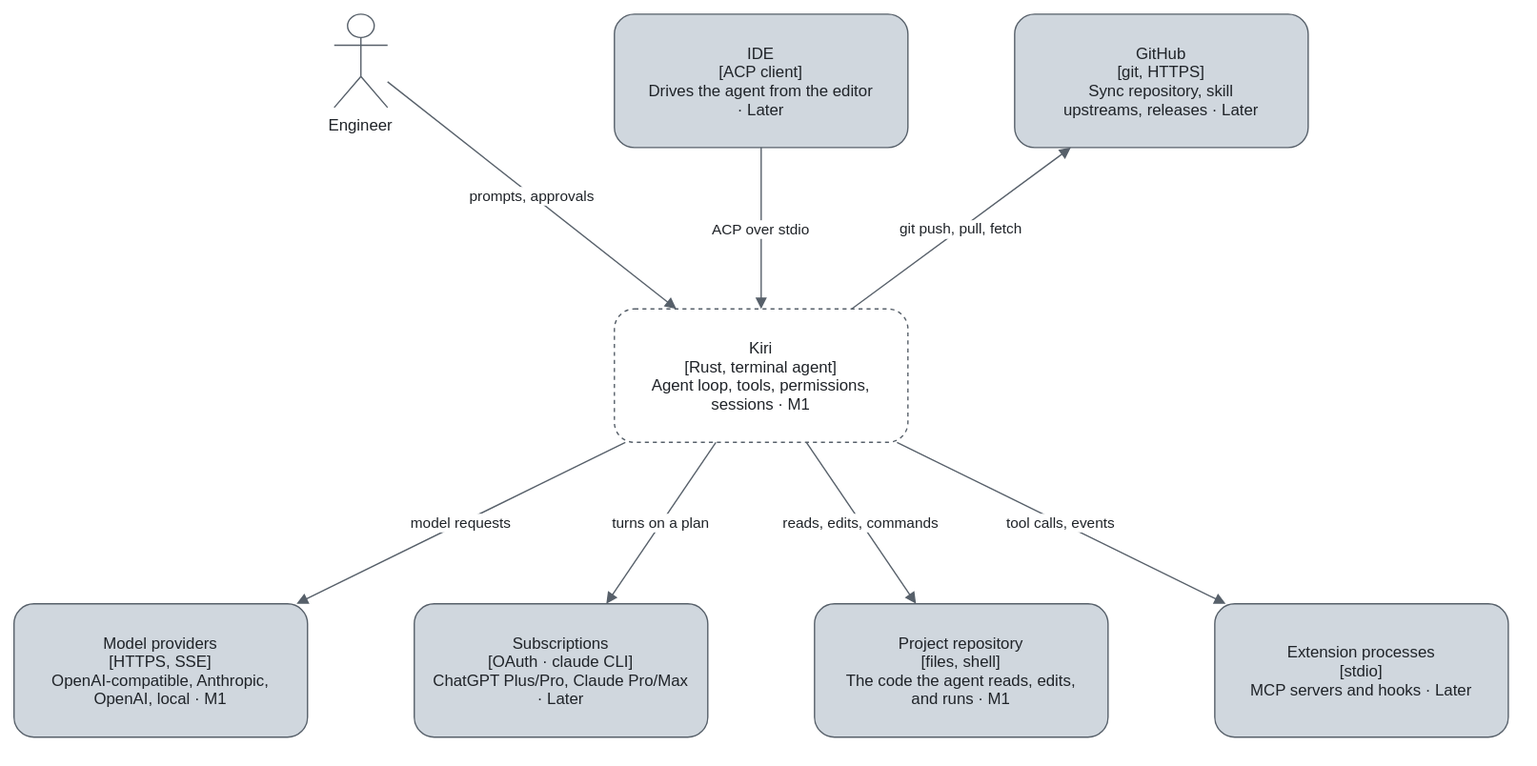
Before: docs/architecture/diagrams/context.drawio.svg, a diagram exported from draw.io (TheoOdawara/Kiri). Source tidied: cells renumbered, new cells last; positions are measured from the earlier drawing's top-left corner, leaving out a move shared by most shapes. The source it was exported from:
```xml
<mxGraphModel background="#ffffff">
  <root>
    <mxCell id="0" />
    <mxCell id="1" parent="0" />
    <mxCell id="2" value="Engineer" style="shape=umlActor;verticalLabelPosition=bottom;verticalAlign=top;html=0;strokeColor=#57606A;fontColor=#1F2328;" parent="1" vertex="1">
      <mxGeometry x="240" width="40" height="70" as="geometry" />
    </mxCell>
    <mxCell id="3" value="IDE&#10;[ACP client]&#10;Drives the agent from the editor&#10;· Later" style="rounded=1;html=0;fillColor=#D0D7DE;strokeColor=#57606A;fontColor=#1F2328;" parent="1" vertex="1">
      <mxGeometry x="450" width="220" height="100" as="geometry" />
    </mxCell>
    <mxCell id="4" value="Kiri&#10;[Rust, terminal agent]&#10;Agent loop, tools, permissions,&#10;sessions · M1" style="rounded=1;html=0;dashed=1;fillColor=#FFFFFF;strokeColor=#57606A;fontColor=#1F2328;" parent="1" vertex="1">
      <mxGeometry x="450" y="221" width="220" height="100" as="geometry" />
    </mxCell>
    <mxCell id="5" value="Model providers&#10;[HTTPS, SSE]&#10;OpenAI-compatible, Anthropic,&#10;OpenAI, local · M1" style="rounded=1;html=0;fillColor=#D0D7DE;strokeColor=#57606A;fontColor=#1F2328;" parent="1" vertex="1">
      <mxGeometry y="442" width="220" height="100" as="geometry" />
    </mxCell>
    <mxCell id="6" value="Subscriptions&#10;[OAuth · claude CLI]&#10;ChatGPT Plus/Pro, Claude Pro/Max&#10;· Later" style="rounded=1;html=0;fillColor=#D0D7DE;strokeColor=#57606A;fontColor=#1F2328;" parent="1" vertex="1">
      <mxGeometry x="300" y="442" width="220" height="100" as="geometry" />
    </mxCell>
    <mxCell id="7" value="Project repository&#10;[files, shell]&#10;The code the agent reads, edits,&#10;and runs · M1" style="rounded=1;html=0;fillColor=#D0D7DE;strokeColor=#57606A;fontColor=#1F2328;" parent="1" vertex="1">
      <mxGeometry x="600" y="442" width="220" height="100" as="geometry" />
    </mxCell>
    <mxCell id="8" value="Extension processes&#10;[stdio]&#10;MCP servers and hooks · Later" style="rounded=1;html=0;fillColor=#D0D7DE;strokeColor=#57606A;fontColor=#1F2328;" parent="1" vertex="1">
      <mxGeometry x="900" y="442" width="220" height="100" as="geometry" />
    </mxCell>
    <mxCell id="9" value="GitHub&#10;[git, HTTPS]&#10;Sync repository, skill&#10;upstreams, releases · Later" style="rounded=1;html=0;fillColor=#D0D7DE;strokeColor=#57606A;fontColor=#1F2328;" parent="1" vertex="1">
      <mxGeometry x="750" width="220" height="100" as="geometry" />
    </mxCell>
    <mxCell id="10" value="prompts, approvals" style="html=0;strokeColor=#57606A;fontColor=#1F2328;labelBackgroundColor=#FFFFFF;endArrow=block;" parent="1" edge="1" source="2" target="4">
      <mxGeometry relative="1" as="geometry" />
    </mxCell>
    <mxCell id="11" value="ACP over stdio" style="html=0;strokeColor=#57606A;fontColor=#1F2328;labelBackgroundColor=#FFFFFF;endArrow=block;" parent="1" edge="1" source="3" target="4">
      <mxGeometry relative="1" as="geometry" />
    </mxCell>
    <mxCell id="12" value="model requests" style="html=0;strokeColor=#57606A;fontColor=#1F2328;labelBackgroundColor=#FFFFFF;endArrow=block;" parent="1" edge="1" source="4" target="5">
      <mxGeometry relative="1" as="geometry" />
    </mxCell>
    <mxCell id="13" value="turns on a plan" style="html=0;strokeColor=#57606A;fontColor=#1F2328;labelBackgroundColor=#FFFFFF;endArrow=block;" parent="1" edge="1" source="4" target="6">
      <mxGeometry relative="1" as="geometry" />
    </mxCell>
    <mxCell id="14" value="reads, edits, commands" style="html=0;strokeColor=#57606A;fontColor=#1F2328;labelBackgroundColor=#FFFFFF;endArrow=block;" parent="1" edge="1" source="4" target="7">
      <mxGeometry relative="1" as="geometry" />
    </mxCell>
    <mxCell id="15" value="tool calls, events" style="html=0;strokeColor=#57606A;fontColor=#1F2328;labelBackgroundColor=#FFFFFF;endArrow=block;" parent="1" edge="1" source="4" target="8">
      <mxGeometry relative="1" as="geometry" />
    </mxCell>
    <mxCell id="16" value="git push, pull, fetch" style="html=0;strokeColor=#57606A;fontColor=#1F2328;labelBackgroundColor=#FFFFFF;endArrow=block;" parent="1" edge="1" source="4" target="9">
      <mxGeometry relative="1" as="geometry" />
    </mxCell>
  </root>
</mxGraphModel>
```
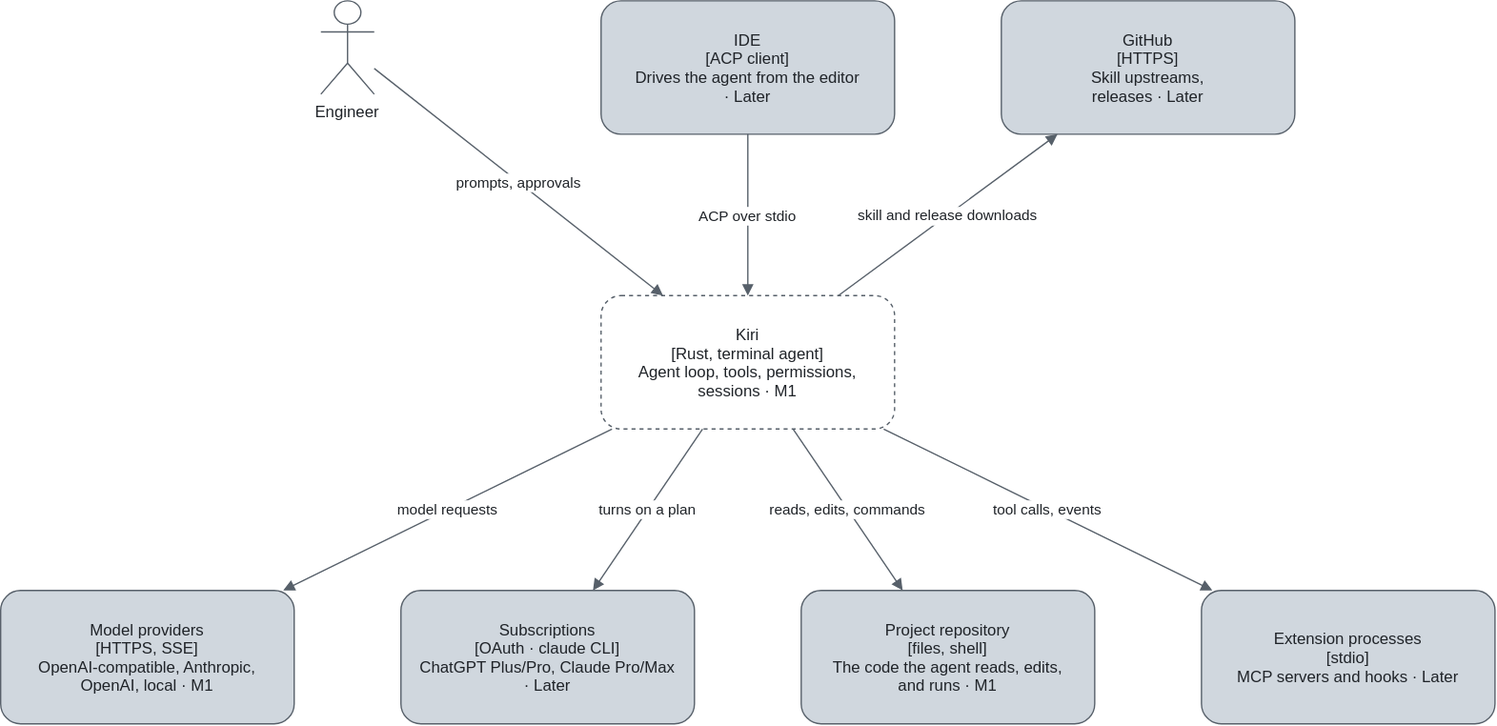
Above is the later version.

What changed in the source:
```diff
@@ -23,7 +23,7 @@
     <mxCell id="8" value="Extension processes&#10;[stdio]&#10;MCP servers and hooks · Later" style="rounded=1;html=0;fillColor=#D0D7DE;strokeColor=#57606A;fontColor=#1F2328;" parent="1" vertex="1">
       <mxGeometry x="900" y="442" width="220" height="100" as="geometry" />
     </mxCell>
-    <mxCell id="9" value="GitHub&#10;[git, HTTPS]&#10;Sync repository, skill&#10;upstreams, releases · Later" style="rounded=1;html=0;fillColor=#D0D7DE;strokeColor=#57606A;fontColor=#1F2328;" parent="1" vertex="1">
+    <mxCell id="9" value="GitHub&#10;[HTTPS]&#10;Skill upstreams,&#10;releases · Later" style="rounded=1;html=0;fillColor=#D0D7DE;strokeColor=#57606A;fontColor=#1F2328;" parent="1" vertex="1">
       <mxGeometry x="750" width="220" height="100" as="geometry" />
     </mxCell>
     <mxCell id="10" value="prompts, approvals" style="html=0;strokeColor=#57606A;fontColor=#1F2328;labelBackgroundColor=#FFFFFF;endArrow=block;" parent="1" edge="1" source="2" target="4">
@@ -44,7 +44,7 @@
     <mxCell id="15" value="tool calls, events" style="html=0;strokeColor=#57606A;fontColor=#1F2328;labelBackgroundColor=#FFFFFF;endArrow=block;" parent="1" edge="1" source="4" target="8">
       <mxGeometry relative="1" as="geometry" />
     </mxCell>
-    <mxCell id="16" value="git push, pull, fetch" style="html=0;strokeColor=#57606A;fontColor=#1F2328;labelBackgroundColor=#FFFFFF;endArrow=block;" parent="1" edge="1" source="4" target="9">
+    <mxCell id="16" value="skill and release downloads" style="html=0;strokeColor=#57606A;fontColor=#1F2328;labelBackgroundColor=#FFFFFF;endArrow=block;" parent="1" edge="1" source="4" target="9">
       <mxGeometry relative="1" as="geometry" />
     </mxCell>
   </root>
```
